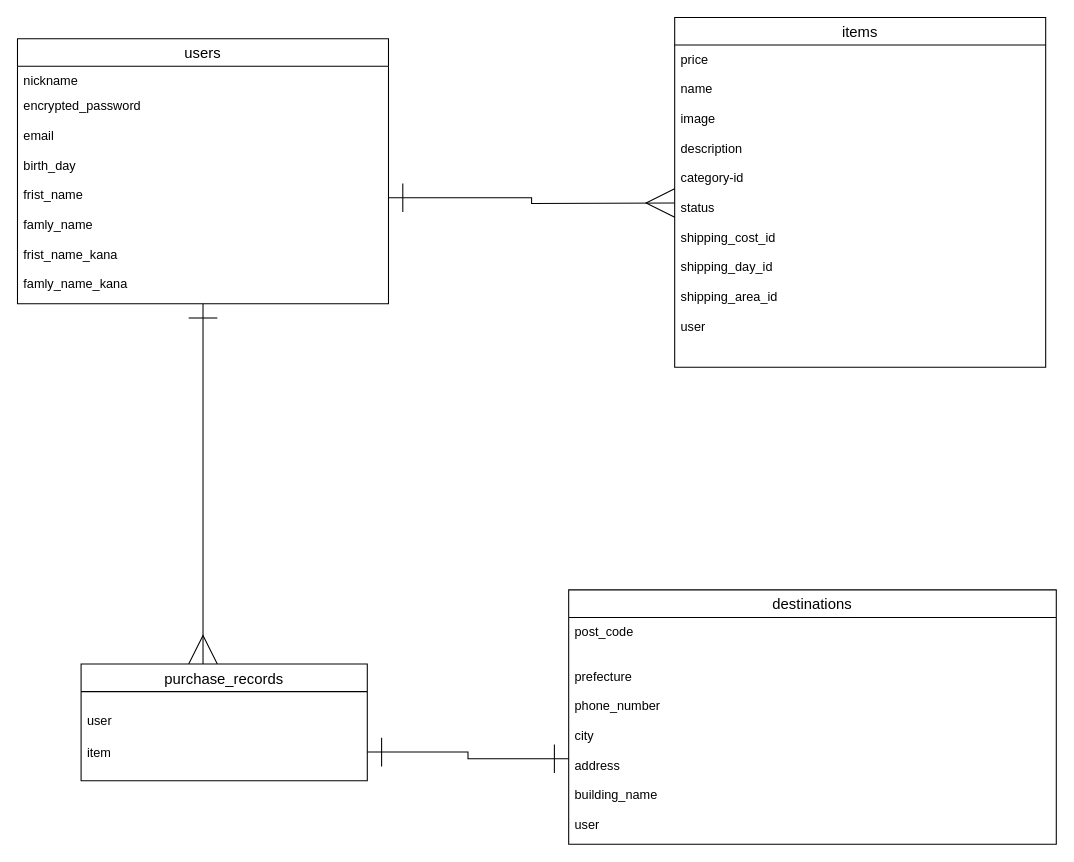
Earlier version of the draw.io diagram app/views/test.dio (yamaryo765/furima-33988). Source tidied: cells renumbered, new cells numbered last; positions are measured from the earlier drawing's top-left corner, leaving out a move shared by most shapes. Both pictures are drawn from the tidied source at 106%, with x=0, y=0 at pixel (17, 17).
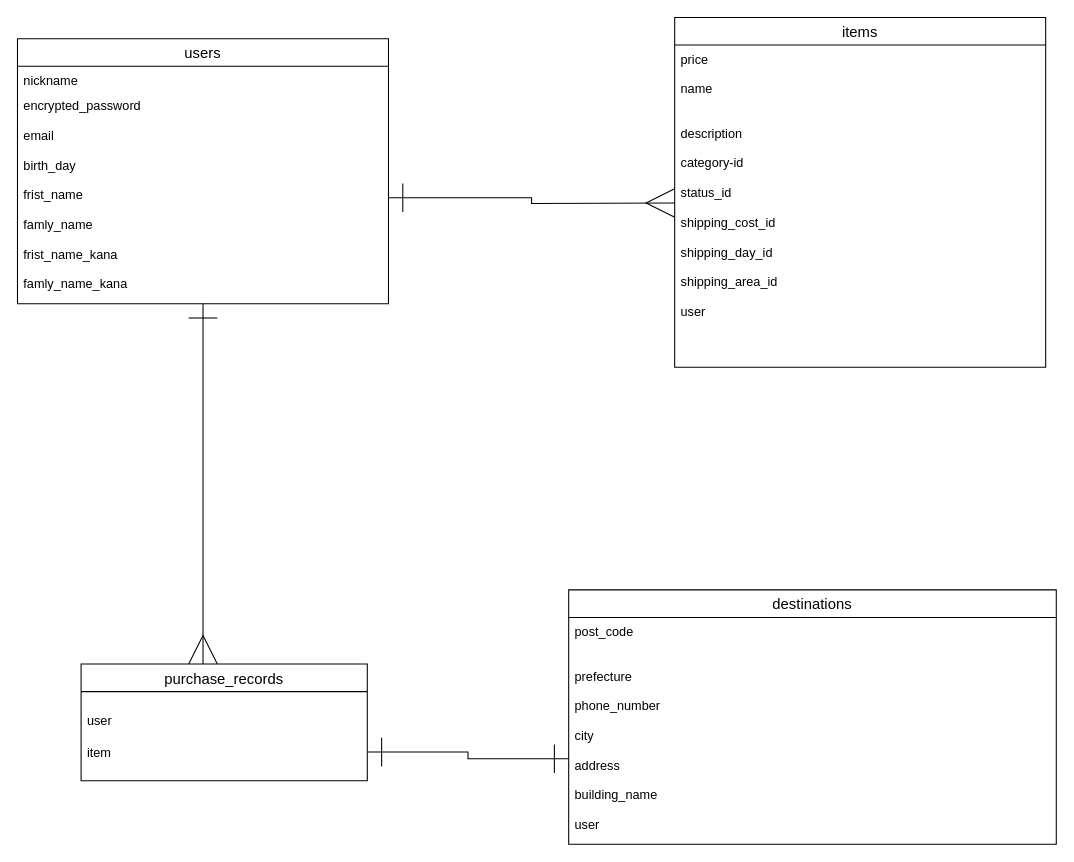
The same page after the edit.

Commit message (it also covers changes not shown here):
README及びERの修正４

Diff of the diagram source:
```diff
@@
 <mxGraphModel>
   <root>
     <mxCell id="0" />
     <mxCell id="1" parent="0" />
     <mxCell id="2" style="edgeStyle=orthogonalEdgeStyle;rounded=0;jettySize=auto;html=1;entryX=0.426;entryY=0;entryDx=0;entryDy=0;entryPerimeter=0;startArrow=ERone;startFill=0;startSize=25;endArrow=ERmany;endFill=0;endSize=25;" parent="1" edge="1" source="3" target="7">
       <mxGeometry relative="1" as="geometry" />
     </mxCell>
     <mxCell id="3" value="users" style="swimlane;fontStyle=0;horizontal=1;startSize=26;align=center;fontSize=14;" parent="1" vertex="1">
       <mxGeometry y="20" width="350" height="250" as="geometry" />
     </mxCell>
     <mxCell id="4" value="nickname" style="text;strokeColor=none;fillColor=none;spacingLeft=4;spacingRight=4;overflow=hidden;fontSize=12;" parent="3" vertex="1">
       <mxGeometry y="26" width="350" height="224" as="geometry" />
     </mxCell>
     <mxCell id="5" value="items" style="swimlane;fontStyle=0;horizontal=1;startSize=26;align=center;fontSize=14;" parent="1" vertex="1">
       <mxGeometry x="620" width="350" height="330" as="geometry" />
     </mxCell>
-    <mxCell id="6" value="price&#10;&#10;name&#10;&#10;image&#10;&#10;description&#10;&#10;category-id&#10;&#10;status&#10;&#10;shipping_cost_id&#10;&#10;shipping_day_id&#10;&#10;shipping_area_id&#10;&#10;user&#10;&#10;" style="text;strokeColor=none;fillColor=none;spacingLeft=4;spacingRight=4;overflow=hidden;fontSize=12;" parent="5" vertex="1">
+    <mxCell id="6" value="price&#10;&#10;name&#10;&#10;&#10;description&#10;&#10;category-id&#10;&#10;status_id&#10;&#10;shipping_cost_id&#10;&#10;shipping_day_id&#10;&#10;shipping_area_id&#10;&#10;user&#10;&#10;" style="text;strokeColor=none;fillColor=none;spacingLeft=4;spacingRight=4;overflow=hidden;fontSize=12;" parent="5" vertex="1">
       <mxGeometry y="26" width="350" height="304" as="geometry" />
     </mxCell>
     <mxCell id="7" value="purchase_records" style="swimlane;fontStyle=0;horizontal=1;startSize=26;align=center;fontSize=14;" parent="1" vertex="1">
       <mxGeometry x="60" y="610" width="270" height="110" as="geometry" />
     </mxCell>
     <mxCell id="8" value="&#10;user" style="text;strokeColor=none;fillColor=none;spacingLeft=4;spacingRight=4;overflow=hidden;fontSize=12;" parent="7" vertex="1">
       <mxGeometry y="26" width="270" height="30" as="geometry" />
     </mxCell>
     <mxCell id="9" value="&#10;item" style="text;strokeColor=none;fillColor=none;spacingLeft=4;spacingRight=4;overflow=hidden;points=[[0,0.5],[1,0.5]];portConstraint=eastwest;fontSize=12;" parent="7" vertex="1">
       <mxGeometry y="56" width="270" height="54" as="geometry" />
     </mxCell>
     <mxCell id="10" value="destinations" style="swimlane;fontStyle=0;horizontal=1;startSize=26;align=center;fontSize=14;" parent="1" vertex="1">
       <mxGeometry x="520" y="540" width="460" height="240" as="geometry" />
     </mxCell>
     <mxCell id="11" value="post_code&#10;&#10;&#10;prefecture&#10;&#10;phone_number&#10;&#10;city&#10;&#10;address&#10;&#10;building_name&#10;&#10;user" style="text;strokeColor=none;fillColor=none;spacingLeft=4;spacingRight=4;overflow=hidden;points=[[0,0.5],[1,0.5]];portConstraint=eastwest;fontSize=12;" parent="10" vertex="1">
       <mxGeometry y="26" width="460" height="214" as="geometry" />
     </mxCell>
     <mxCell id="12" style="edgeStyle=orthogonalEdgeStyle;rounded=0;jettySize=auto;html=1;startArrow=ERone;startFill=0;startSize=25;endArrow=ERmany;endFill=0;endSize=25;" parent="1" edge="1" source="13">
       <mxGeometry relative="1" as="geometry">
         <mxPoint x="620" y="175" as="targetPoint" />
       </mxGeometry>
     </mxCell>
     <mxCell id="13" value="encrypted_password&#10;&#10;email&#10;&#10;birth_day&#10;&#10;frist_name&#10;&#10;famly_name&#10;&#10;frist_name_kana&#10;&#10;famly_name_kana&#10;" style="text;strokeColor=none;fillColor=none;spacingLeft=4;spacingRight=4;overflow=hidden;points=[[0,0.5],[1,0.5]];portConstraint=eastwest;fontSize=12;" parent="1" vertex="1">
       <mxGeometry y="70" width="350" height="200" as="geometry" />
     </mxCell>
     <mxCell id="14" style="edgeStyle=orthogonalEdgeStyle;rounded=0;jettySize=auto;html=1;entryX=0;entryY=0.623;entryDx=0;entryDy=0;entryPerimeter=0;startArrow=ERone;startFill=0;startSize=25;endArrow=ERone;endFill=0;endSize=25;" parent="1" edge="1" source="9" target="11">
       <mxGeometry relative="1" as="geometry" />
     </mxCell>
   </root>
 </mxGraphModel>
```
